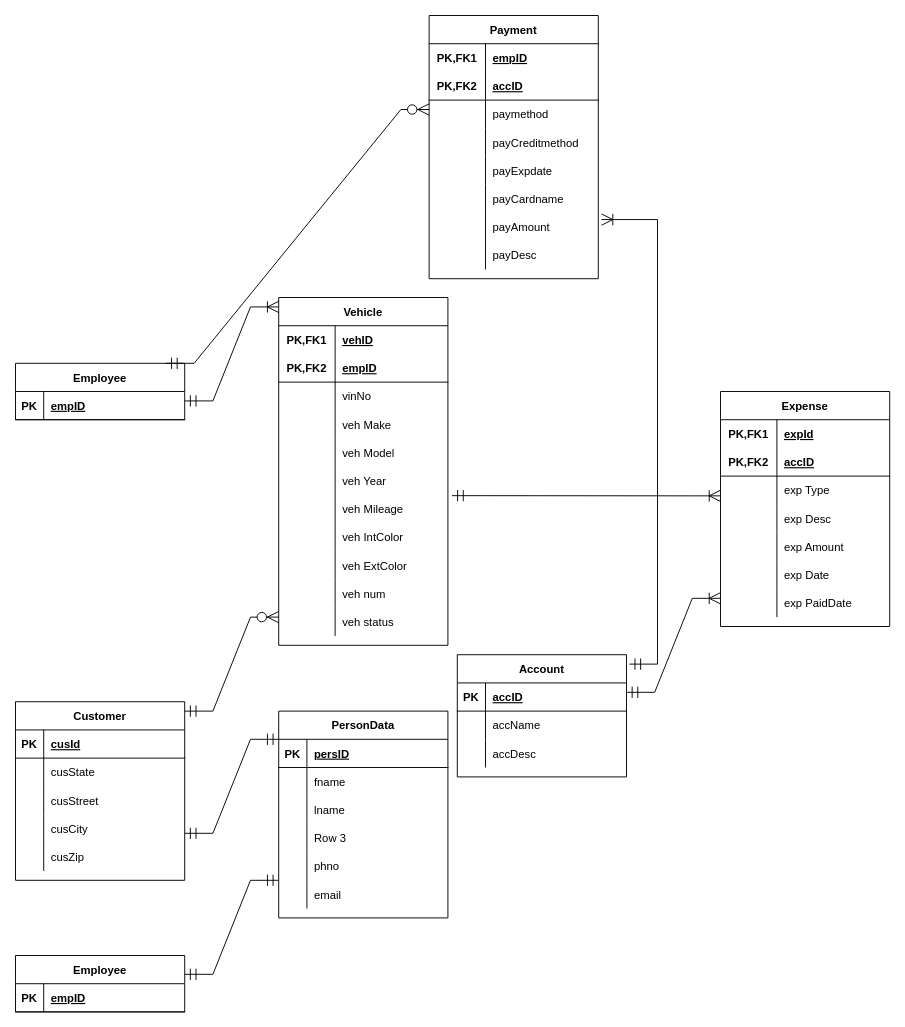
Before: erd/mod9-2 (1).drawio in Sahithi-003/DBMS-Assignment, a draw.io diagram. Source tidied: cells renumbered, new cells numbered last; positions are measured from the earlier drawing's top-left corner, leaving out a move shared by most shapes. Both pictures are drawn from the tidied source at 94%, with x=0, y=0 at pixel (15, 15).
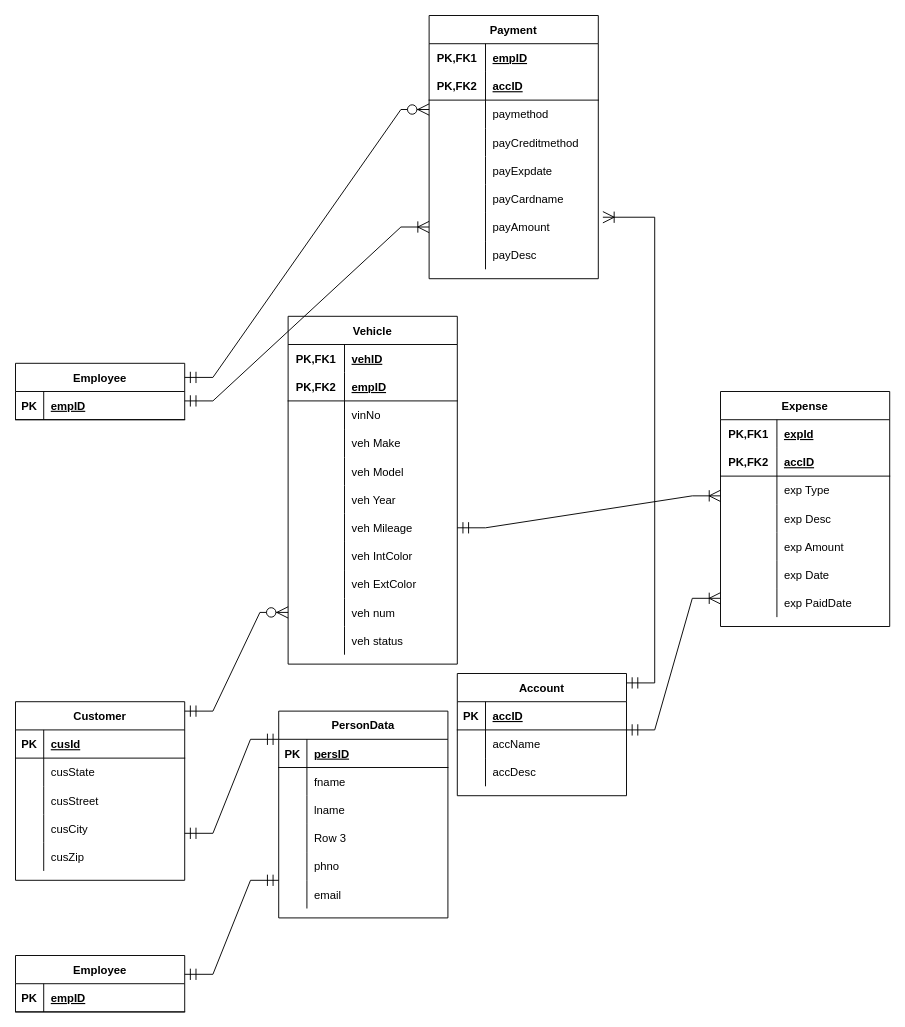
Above is the later version.

The change refers to these unchanged cells:
```xml
<mxCell id="60" style="shape=tableRow;horizontal=0;startSize=0;swimlaneHead=0;swimlaneBody=0;fillColor=none;points=[[0,0.5],[1,0.5]];portConstraint=eastwest;top=0;left=0;right=0;bottom=0;" parent="41" vertex="1">
  <mxGeometry y="210" width="180" height="30" as="geometry" />
</mxCell>
<mxCell id="69" style="shape=tableRow;horizontal=0;startSize=0;swimlaneHead=0;swimlaneBody=0;fillColor=none;points=[[0,0.5],[1,0.5]];portConstraint=eastwest;top=0;left=0;right=0;bottom=0;" parent="41" vertex="1">
  <mxGeometry y="300" width="180" height="30" as="geometry" />
</mxCell>
<mxCell id="104" style="shape=tableRow;horizontal=0;startSize=0;swimlaneHead=0;swimlaneBody=0;fillColor=none;points=[[0,0.5],[1,0.5]];portConstraint=eastwest;top=0;left=0;right=0;bottom=0;" parent="85" vertex="1">
  <mxGeometry y="210" width="180" height="30" as="geometry" />
</mxCell>
<mxCell id="135" value="Employee" style="shape=table;startSize=30;childLayout=tableLayout;rowLines=0;fontStyle=1;align=center;" parent="1" vertex="1">
  <mxGeometry y="370" width="180" height="60" as="geometry" />
</mxCell>
```

Diff of the diagram source:
```diff
@@
+    <mxCell id="140" style="edgeStyle=entityRelationEdgeStyle;fontSize=12;html=1;endArrow=ERoneToMany;startArrow=ERmandOne;rounded=0;startSize=10;endSize=10;" parent="1" edge="1">
+      <mxGeometry relative="1" as="geometry">
+        <mxPoint x="650" y="760" as="sourcePoint" />
+        <mxPoint x="750" y="620" as="targetPoint" />
+      </mxGeometry>
+    </mxCell>
@@
     <mxCell id="41" value="Vehicle" style="shape=table;startSize=30;childLayout=tableLayout;rowLines=0;fontStyle=1;align=center;" parent="1" vertex="1">
-      <mxGeometry x="280" y="300" width="180" height="370" as="geometry" />
+      <mxGeometry x="290" y="320" width="180" height="370" as="geometry" />
     </mxCell>
@@
     <mxCell id="75" value="Account" style="shape=table;startSize=30;childLayout=tableLayout;rowLines=0;fontStyle=1;align=center;" parent="1" vertex="1">
-      <mxGeometry x="470" y="680" width="180" height="130" as="geometry" />
+      <mxGeometry x="470" y="700" width="180" height="130" as="geometry" />
     </mxCell>
@@
-    <mxCell id="134" style="edgeStyle=entityRelationEdgeStyle;fontSize=12;html=1;endArrow=ERzeroToMany;startArrow=ERmandOne;rounded=0;endSize=10;startSize=10;" parent="1" edge="1">
-      <mxGeometry relative="1" as="geometry">
-        <mxPoint x="180" y="740" as="sourcePoint" />
-        <mxPoint x="280" y="640" as="targetPoint" />
-      </mxGeometry>
-    </mxCell>
@@
-    <mxCell id="139" style="edgeStyle=entityRelationEdgeStyle;fontSize=12;html=1;endArrow=ERoneToMany;startArrow=ERmandOne;rounded=0;startSize=10;endSize=10;" parent="1" edge="1">
-      <mxGeometry relative="1" as="geometry">
-        <mxPoint x="180" y="410" as="sourcePoint" />
-        <mxPoint x="280" y="310" as="targetPoint" />
-      </mxGeometry>
-    </mxCell>
-    <mxCell id="140" style="edgeStyle=entityRelationEdgeStyle;fontSize=12;html=1;endArrow=ERoneToMany;startArrow=ERmandOne;rounded=0;startSize=10;endSize=10;" parent="1" edge="1">
-      <mxGeometry relative="1" as="geometry">
-        <mxPoint x="650" y="720" as="sourcePoint" />
-        <mxPoint x="750" y="620" as="targetPoint" />
-      </mxGeometry>
-    </mxCell>
-    <mxCell id="141" style="edgeStyle=entityRelationEdgeStyle;fontSize=12;html=1;endArrow=ERoneToMany;startArrow=ERmandOne;rounded=0;startSize=10;endSize=10;exitX=1.024;exitY=0.027;exitDx=0;exitDy=0;exitPerimeter=0;" parent="1" edge="1" source="60">
+    <mxCell id="141" style="edgeStyle=entityRelationEdgeStyle;fontSize=12;html=1;endArrow=ERoneToMany;startArrow=ERmandOne;rounded=0;startSize=10;endSize=10;exitX=1;exitY=0.5;exitDx=0;exitDy=0;" parent="1" edge="1" source="60">
       <mxGeometry relative="1" as="geometry">
         <mxPoint x="750" y="511" as="targetPoint" />
       </mxGeometry>
     </mxCell>
-    <mxCell id="142" style="edgeStyle=entityRelationEdgeStyle;fontSize=12;html=1;endArrow=ERzeroToMany;startArrow=ERmandOne;rounded=0;endSize=10;startSize=10;" parent="1" edge="1">
+    <mxCell id="142" style="edgeStyle=entityRelationEdgeStyle;fontSize=12;html=1;endArrow=ERzeroToMany;startArrow=ERmandOne;rounded=0;endSize=10;startSize=10;exitX=1;exitY=0.25;exitDx=0;exitDy=0;" parent="1" edge="1" source="135">
       <mxGeometry relative="1" as="geometry">
-        <mxPoint x="160" y="370" as="sourcePoint" />
         <mxPoint x="440" y="100" as="targetPoint" />
       </mxGeometry>
     </mxCell>
-    <mxCell id="143" style="edgeStyle=entityRelationEdgeStyle;fontSize=12;html=1;endArrow=ERoneToMany;startArrow=ERmandOne;rounded=0;startSize=10;endSize=10;entryX=1.019;entryY=0.236;entryDx=0;entryDy=0;entryPerimeter=0;" parent="1" edge="1" target="104">
+    <mxCell id="143" style="edgeStyle=entityRelationEdgeStyle;fontSize=12;html=1;endArrow=ERoneToMany;startArrow=ERmandOne;rounded=0;startSize=10;endSize=10;entryX=1.027;entryY=0.153;entryDx=0;entryDy=0;entryPerimeter=0;" parent="1" edge="1" target="104">
       <mxGeometry relative="1" as="geometry">
-        <mxPoint x="653" y="690" as="sourcePoint" />
+        <mxPoint x="650" y="710" as="sourcePoint" />
       </mxGeometry>
     </mxCell>
+    <mxCell id="134" style="edgeStyle=entityRelationEdgeStyle;fontSize=12;html=1;endArrow=ERzeroToMany;startArrow=ERmandOne;rounded=0;endSize=10;startSize=10;entryX=0;entryY=0.5;entryDx=0;entryDy=0;" parent="1" edge="1" target="69">
+      <mxGeometry relative="1" as="geometry">
+        <mxPoint x="180" y="740" as="sourcePoint" />
+      </mxGeometry>
+    </mxCell>
+    <mxCell id="139" style="edgeStyle=entityRelationEdgeStyle;fontSize=12;html=1;endArrow=ERoneToMany;startArrow=ERmandOne;rounded=0;startSize=10;endSize=10;entryX=0;entryY=0.5;entryDx=0;entryDy=0;" parent="1" edge="1" target="104">
+      <mxGeometry relative="1" as="geometry">
+        <mxPoint x="180" y="410" as="sourcePoint" />
+      </mxGeometry>
+    </mxCell>
```
